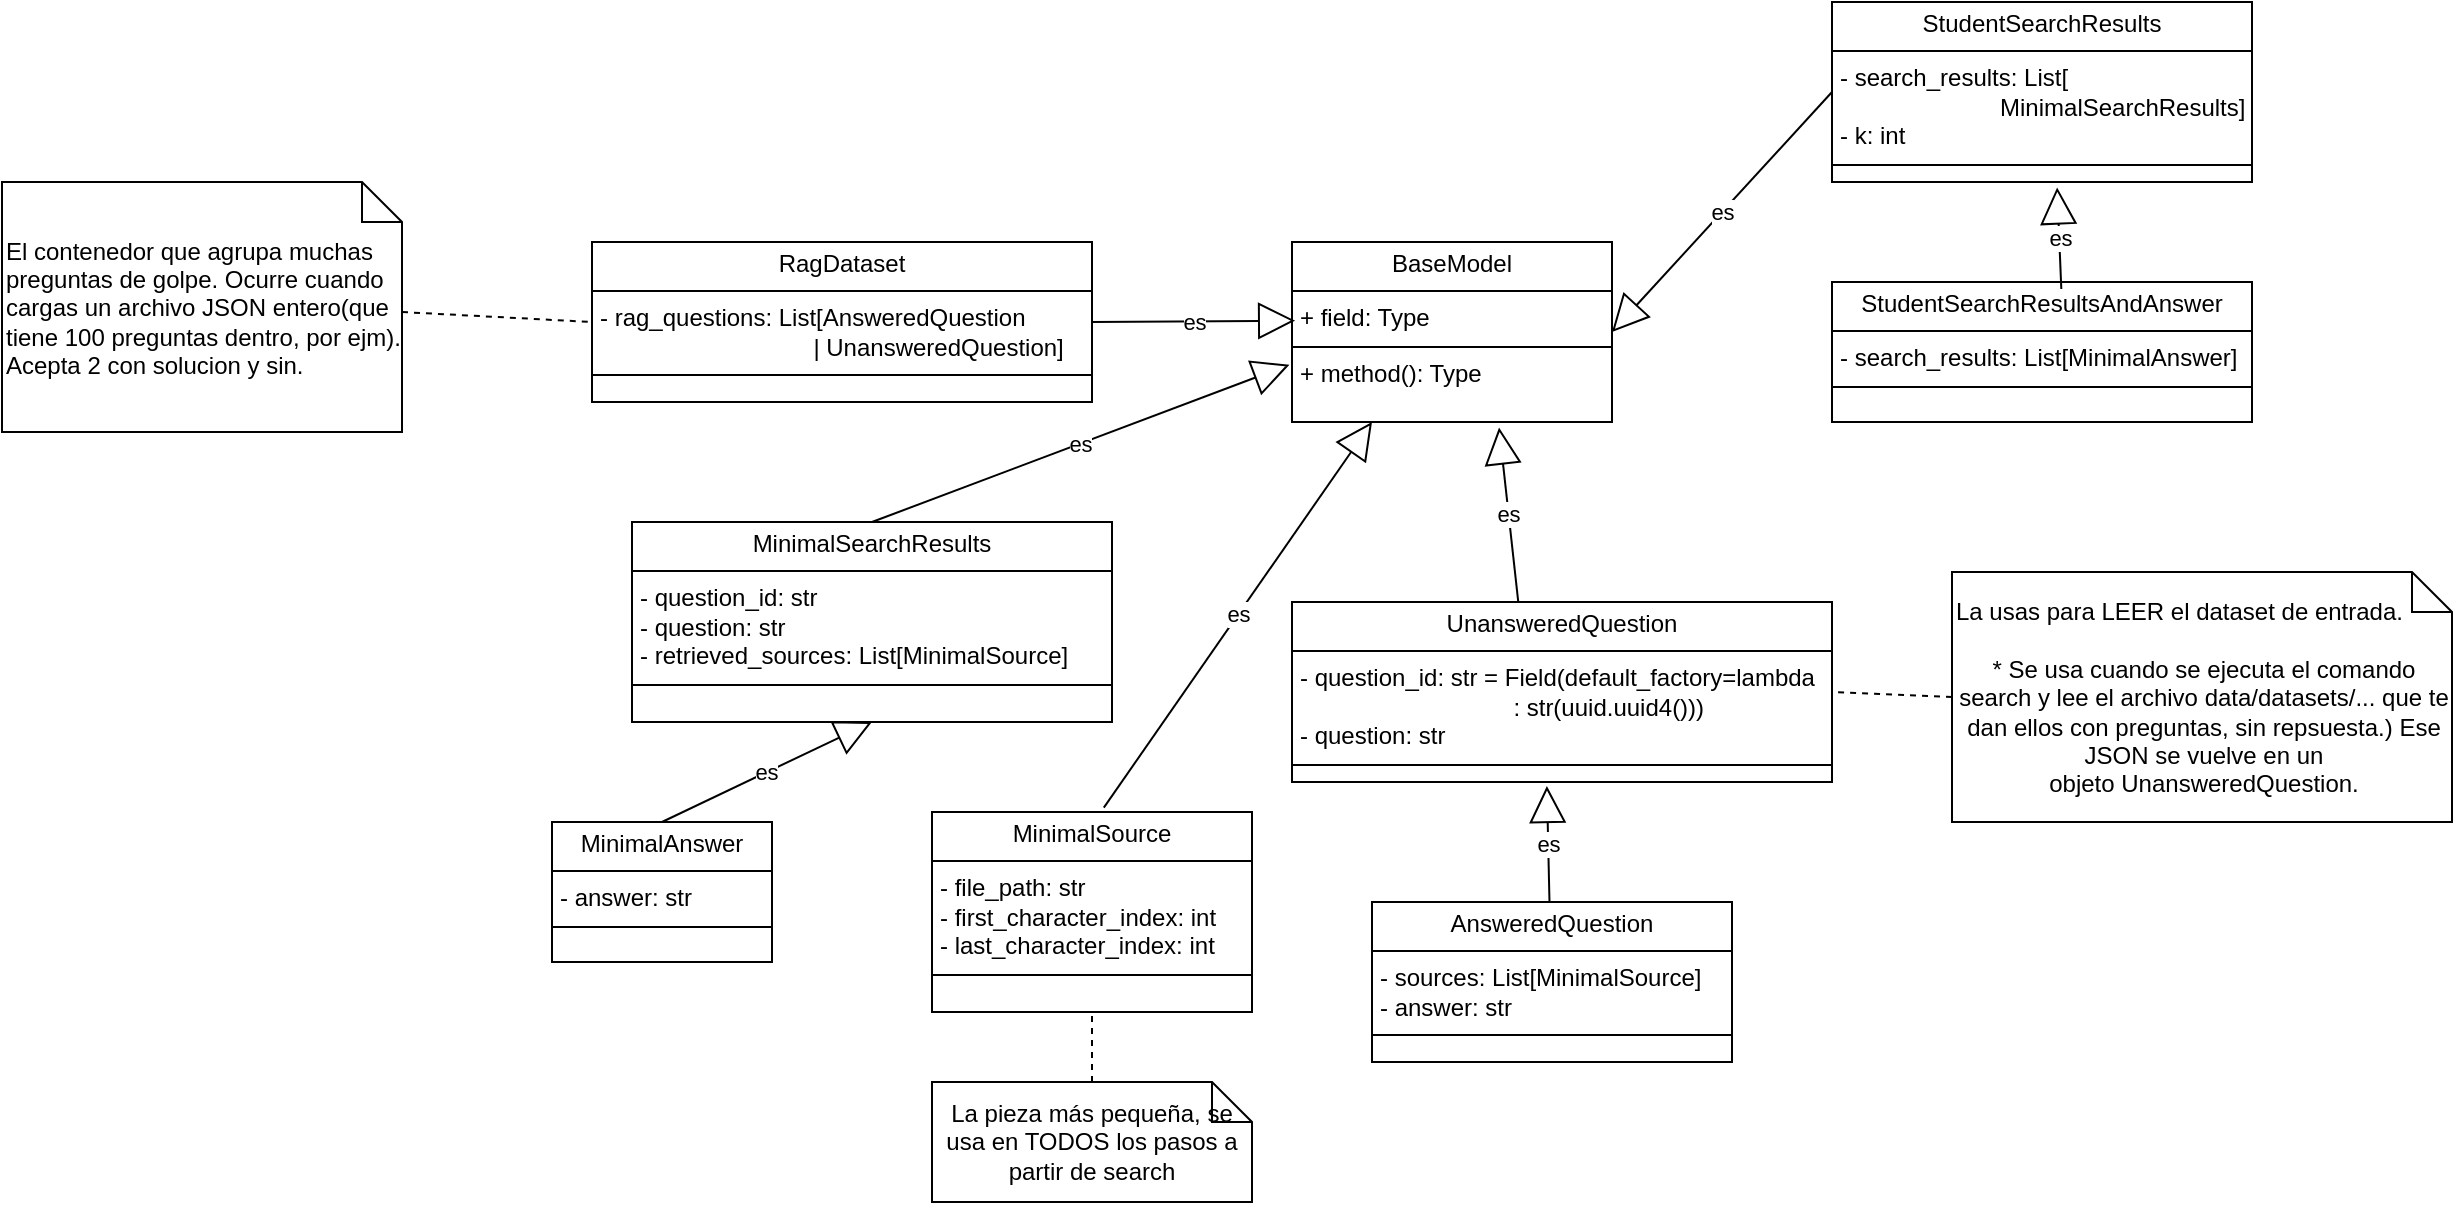
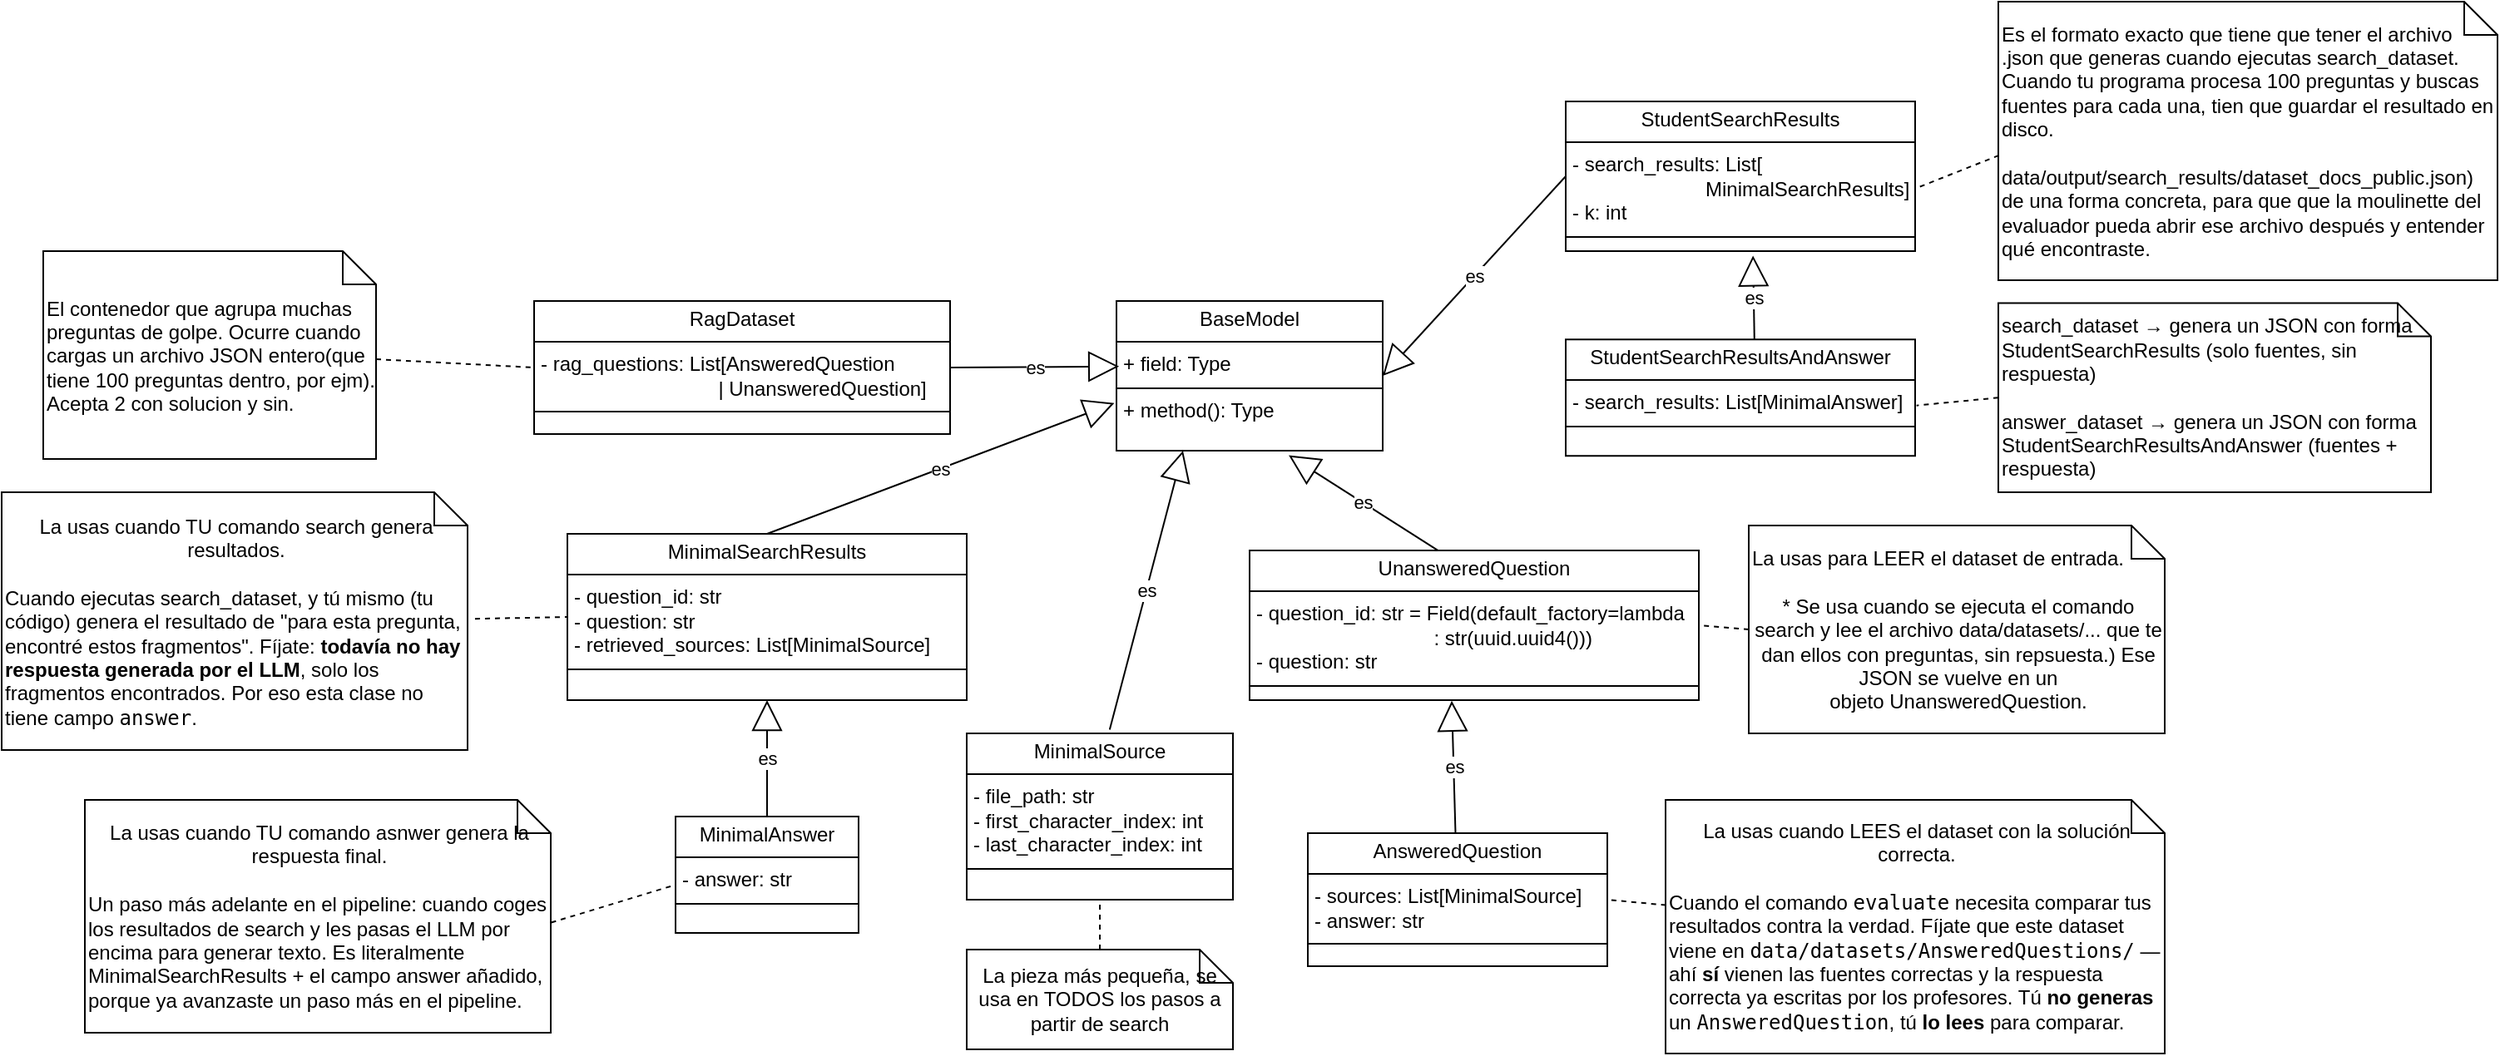
<mxfile host="app.diagrams.net">
  <diagram name="Page-1" id="sT5vLnoqk-OYdZ_3SuPz">
-     <mxGraphModel dx="1854" dy="1663" grid="1" gridSize="10" guides="1" tooltips="1" connect="1" arrows="1" fold="1" page="1" pageScale="1" pageWidth="850" pageHeight="1100" math="0" shadow="0">
+     <mxGraphModel dx="1803" dy="1619" grid="1" gridSize="10" guides="1" tooltips="1" connect="1" arrows="1" fold="1" page="1" pageScale="1" pageWidth="850" pageHeight="1100" math="0" shadow="0">
      <root>
        <mxCell id="0" />
        <mxCell id="1" parent="0" />
        <mxCell id="5tj1wNe4pqcDuRO2pu6d-1" parent="1" style="verticalAlign=top;align=left;overflow=fill;html=1;whiteSpace=wrap;" value="&lt;p style=&quot;margin:0px;margin-top:4px;text-align:center;&quot;&gt;MinimalSource&lt;/p&gt;&lt;hr size=&quot;1&quot; style=&quot;border-style:solid;&quot;&gt;&lt;p style=&quot;margin:0px;margin-left:4px;&quot;&gt;- file_path: str&lt;br&gt;- first_character_index: int&lt;br&gt;- last_character_index: int&lt;/p&gt;&lt;hr size=&quot;1&quot; style=&quot;border-style:solid;&quot;&gt;&lt;p style=&quot;margin:0px;margin-left:4px;&quot;&gt;&lt;br&gt;&lt;/p&gt;" vertex="1">
-           <mxGeometry height="100" width="160" x="40" y="75" as="geometry" />
+           <mxGeometry height="100" width="160" x="130" y="50" as="geometry" />
        </mxCell>
        <mxCell id="5tj1wNe4pqcDuRO2pu6d-7" parent="1" style="verticalAlign=top;align=left;overflow=fill;html=1;whiteSpace=wrap;" value="&lt;p style=&quot;margin:0px;margin-top:4px;text-align:center;&quot;&gt;UnansweredQuestion&lt;/p&gt;&lt;hr size=&quot;1&quot; style=&quot;border-style:solid;&quot;&gt;&lt;p style=&quot;margin:0px;margin-left:4px;&quot;&gt;- question_id: str = Field(default_factory=lambda&lt;/p&gt;&lt;p style=&quot;margin:0px;margin-left:4px;&quot;&gt;&lt;span style=&quot;white-space: pre;&quot;&gt;&#x9;&lt;/span&gt;&lt;span style=&quot;white-space: pre;&quot;&gt;&#x9;&lt;/span&gt;&lt;span style=&quot;white-space: pre;&quot;&gt;&#x9;&lt;/span&gt;&lt;span style=&quot;white-space: pre;&quot;&gt;&#x9;&lt;/span&gt;: str(uuid.uuid4()))&lt;/p&gt;&lt;p style=&quot;margin:0px;margin-left:4px;&quot;&gt;- question: str&lt;/p&gt;&lt;hr size=&quot;1&quot; style=&quot;border-style:solid;&quot;&gt;&lt;p style=&quot;margin:0px;margin-left:4px;&quot;&gt;&lt;br&gt;&lt;/p&gt;" vertex="1">
-           <mxGeometry height="90" width="270" x="220" y="-30" as="geometry" />
+           <mxGeometry height="90" width="270" x="300" y="-60" as="geometry" />
        </mxCell>
        <mxCell id="5tj1wNe4pqcDuRO2pu6d-8" parent="1" style="verticalAlign=top;align=left;overflow=fill;html=1;whiteSpace=wrap;" value="&lt;p style=&quot;margin:0px;margin-top:4px;text-align:center;&quot;&gt;BaseModel&lt;/p&gt;&lt;hr size=&quot;1&quot; style=&quot;border-style:solid;&quot;&gt;&lt;p style=&quot;margin:0px;margin-left:4px;&quot;&gt;+ field: Type&lt;/p&gt;&lt;hr size=&quot;1&quot; style=&quot;border-style:solid;&quot;&gt;&lt;p style=&quot;margin:0px;margin-left:4px;&quot;&gt;+ method(): Type&lt;/p&gt;" vertex="1">
          <mxGeometry height="90" width="160" x="220" y="-210" as="geometry" />
        </mxCell>
        <mxCell id="5tj1wNe4pqcDuRO2pu6d-10" parent="1" style="verticalAlign=top;align=left;overflow=fill;html=1;whiteSpace=wrap;" value="&lt;p style=&quot;margin:0px;margin-top:4px;text-align:center;&quot;&gt;AnsweredQuestion&lt;/p&gt;&lt;hr size=&quot;1&quot; style=&quot;border-style:solid;&quot;&gt;&lt;p style=&quot;margin:0px;margin-left:4px;&quot;&gt;- sources: List[MinimalSource]&lt;/p&gt;&lt;p style=&quot;margin:0px;margin-left:4px;&quot;&gt;- answer: str&lt;/p&gt;&lt;hr size=&quot;1&quot; style=&quot;border-style:solid;&quot;&gt;&lt;p style=&quot;margin:0px;margin-left:4px;&quot;&gt;&lt;br&gt;&lt;/p&gt;" vertex="1">
-           <mxGeometry height="80" width="180" x="260" y="120" as="geometry" />
+           <mxGeometry height="80" width="180" x="335" y="110" as="geometry" />
        </mxCell>
-         <mxCell id="5tj1wNe4pqcDuRO2pu6d-12" edge="1" parent="1" source="5tj1wNe4pqcDuRO2pu6d-10" style="endArrow=block;endSize=16;endFill=0;html=1;rounded=0;entryX=0.472;entryY=1.022;entryDx=0;entryDy=0;entryPerimeter=0;exitX=0.493;exitY=-0.005;exitDx=0;exitDy=0;exitPerimeter=0;" target="5tj1wNe4pqcDuRO2pu6d-7" value="es">
-           <mxGeometry relative="1" width="160" as="geometry">
+         <mxCell id="5tj1wNe4pqcDuRO2pu6d-12" edge="1" parent="1" source="5tj1wNe4pqcDuRO2pu6d-10" style="endArrow=block;endSize=16;endFill=0;html=1;rounded=0;entryX=0.45;entryY=1.004;entryDx=0;entryDy=0;entryPerimeter=0;exitX=0.493;exitY=-0.005;exitDx=0;exitDy=0;exitPerimeter=0;" target="5tj1wNe4pqcDuRO2pu6d-7" value="es">
+           <mxGeometry relative="1" width="160" x="0.0103" as="geometry">
+             <mxPoint as="offset" />
            <mxPoint x="320" y="250" as="sourcePoint" />
            <mxPoint x="480" y="250" as="targetPoint" />
          </mxGeometry>
        </mxCell>
        <mxCell id="5tj1wNe4pqcDuRO2pu6d-14" edge="1" parent="1" source="5tj1wNe4pqcDuRO2pu6d-1" style="endArrow=block;endSize=16;endFill=0;html=1;rounded=0;entryX=0.25;entryY=1;entryDx=0;entryDy=0;exitX=0.537;exitY=-0.022;exitDx=0;exitDy=0;exitPerimeter=0;" target="5tj1wNe4pqcDuRO2pu6d-8" value="es">
          <mxGeometry relative="1" width="160" as="geometry">
            <mxPoint x="230" y="81" as="sourcePoint" />
            <mxPoint x="230" y="20" as="targetPoint" />
          </mxGeometry>
        </mxCell>
        <mxCell id="5tj1wNe4pqcDuRO2pu6d-15" edge="1" parent="1" source="5tj1wNe4pqcDuRO2pu6d-7" style="endArrow=block;endSize=16;endFill=0;html=1;rounded=0;entryX=0.647;entryY=1.031;entryDx=0;entryDy=0;exitX=0.419;exitY=-0.001;exitDx=0;exitDy=0;exitPerimeter=0;entryPerimeter=0;" target="5tj1wNe4pqcDuRO2pu6d-8" value="es">
          <mxGeometry relative="1" width="160" as="geometry">
            <mxPoint x="290" y="158" as="sourcePoint" />
            <mxPoint x="464" y="30" as="targetPoint" />
          </mxGeometry>
        </mxCell>
        <mxCell id="5tj1wNe4pqcDuRO2pu6d-16" parent="1" style="verticalAlign=top;align=left;overflow=fill;html=1;whiteSpace=wrap;" value="&lt;p style=&quot;margin:0px;margin-top:4px;text-align:center;&quot;&gt;RagDataset&lt;/p&gt;&lt;hr size=&quot;1&quot; style=&quot;border-style:solid;&quot;&gt;&lt;p style=&quot;margin:0px;margin-left:4px;&quot;&gt;&lt;span style=&quot;background-color: transparent; color: light-dark(rgb(0, 0, 0), rgb(255, 255, 255));&quot;&gt;- rag_questions: List[AnsweredQuestion&lt;/span&gt;&lt;/p&gt;&lt;p style=&quot;margin:0px;margin-left:4px;&quot;&gt;&lt;span style=&quot;background-color: transparent; color: light-dark(rgb(0, 0, 0), rgb(255, 255, 255));&quot;&gt;&lt;span style=&quot;white-space: pre;&quot;&gt;&#x9;&lt;/span&gt;&lt;span style=&quot;white-space: pre;&quot;&gt;&#x9;&lt;/span&gt;&lt;span style=&quot;white-space: pre;&quot;&gt;&#x9;&lt;/span&gt;&lt;span style=&quot;white-space: pre;&quot;&gt;&#x9;&lt;/span&gt;| UnansweredQuestion]&lt;/span&gt;&lt;/p&gt;&lt;hr size=&quot;1&quot; style=&quot;border-style:solid;&quot;&gt;&lt;p style=&quot;margin:0px;margin-left:4px;&quot;&gt;&lt;br&gt;&lt;/p&gt;" vertex="1">
          <mxGeometry height="80" width="250" x="-130" y="-210" as="geometry" />
        </mxCell>
        <mxCell id="5tj1wNe4pqcDuRO2pu6d-17" parent="1" style="verticalAlign=top;align=left;overflow=fill;html=1;whiteSpace=wrap;" value="&lt;p style=&quot;margin:0px;margin-top:4px;text-align:center;&quot;&gt;MinimalSearchResults&lt;/p&gt;&lt;hr size=&quot;1&quot; style=&quot;border-style:solid;&quot;&gt;&lt;p style=&quot;margin:0px;margin-left:4px;&quot;&gt;- question_id: str&lt;br&gt;&lt;/p&gt;&lt;p style=&quot;margin:0px;margin-left:4px;&quot;&gt;- question: str&lt;/p&gt;&lt;p style=&quot;margin:0px;margin-left:4px;&quot;&gt;- retrieved_sources: List[MinimalSource]&lt;/p&gt;&lt;hr size=&quot;1&quot; style=&quot;border-style:solid;&quot;&gt;&lt;p style=&quot;margin:0px;margin-left:4px;&quot;&gt;&lt;br&gt;&lt;/p&gt;" vertex="1">
          <mxGeometry height="100" width="240" x="-110" y="-70" as="geometry" />
        </mxCell>
        <mxCell id="5tj1wNe4pqcDuRO2pu6d-18" parent="1" style="verticalAlign=top;align=left;overflow=fill;html=1;whiteSpace=wrap;" value="&lt;p style=&quot;margin:0px;margin-top:4px;text-align:center;&quot;&gt;MinimalAnswer&lt;/p&gt;&lt;hr size=&quot;1&quot; style=&quot;border-style:solid;&quot;&gt;&lt;p style=&quot;margin:0px;margin-left:4px;&quot;&gt;- answer: str&lt;br&gt;&lt;/p&gt;&lt;hr size=&quot;1&quot; style=&quot;border-style:solid;&quot;&gt;&lt;p style=&quot;margin:0px;margin-left:4px;&quot;&gt;&lt;br&gt;&lt;/p&gt;" vertex="1">
-           <mxGeometry height="70" width="110" x="-150" y="80" as="geometry" />
+           <mxGeometry height="70" width="110" x="-45" y="100" as="geometry" />
        </mxCell>
        <mxCell id="5tj1wNe4pqcDuRO2pu6d-19" edge="1" parent="1" source="5tj1wNe4pqcDuRO2pu6d-18" style="endArrow=block;endSize=16;endFill=0;html=1;rounded=0;entryX=0.5;entryY=1;entryDx=0;entryDy=0;exitX=0.5;exitY=0;exitDx=0;exitDy=0;" target="5tj1wNe4pqcDuRO2pu6d-17" value="es">
          <mxGeometry relative="1" width="160" as="geometry">
            <mxPoint x="-90" y="121" as="sourcePoint" />
            <mxPoint x="-90" y="60" as="targetPoint" />
          </mxGeometry>
        </mxCell>
        <mxCell id="5tj1wNe4pqcDuRO2pu6d-20" edge="1" parent="1" source="5tj1wNe4pqcDuRO2pu6d-17" style="endArrow=block;endSize=16;endFill=0;html=1;rounded=0;entryX=-0.008;entryY=0.682;entryDx=0;entryDy=0;exitX=0.5;exitY=0;exitDx=0;exitDy=0;entryPerimeter=0;" target="5tj1wNe4pqcDuRO2pu6d-8" value="es">
          <mxGeometry relative="1" width="160" as="geometry">
            <mxPoint x="10" y="-102" as="sourcePoint" />
            <mxPoint x="144" y="-180" as="targetPoint" />
          </mxGeometry>
        </mxCell>
        <mxCell id="5tj1wNe4pqcDuRO2pu6d-21" edge="1" parent="1" source="5tj1wNe4pqcDuRO2pu6d-16" style="endArrow=block;endSize=16;endFill=0;html=1;rounded=0;entryX=0.01;entryY=0.437;entryDx=0;entryDy=0;exitX=1;exitY=0.5;exitDx=0;exitDy=0;entryPerimeter=0;" target="5tj1wNe4pqcDuRO2pu6d-8" value="es">
          <mxGeometry relative="1" width="160" as="geometry">
            <mxPoint x="110" y="-81" as="sourcePoint" />
            <mxPoint x="439" y="-170" as="targetPoint" />
          </mxGeometry>
        </mxCell>
        <mxCell id="5tj1wNe4pqcDuRO2pu6d-22" parent="1" style="verticalAlign=top;align=left;overflow=fill;html=1;whiteSpace=wrap;" value="&lt;p style=&quot;margin:0px;margin-top:4px;text-align:center;&quot;&gt;StudentSearchResults&lt;/p&gt;&lt;hr size=&quot;1&quot; style=&quot;border-style:solid;&quot;&gt;&lt;p style=&quot;margin:0px;margin-left:4px;&quot;&gt;-&amp;nbsp;search_results: List[&lt;/p&gt;&lt;p style=&quot;margin:0px;margin-left:4px;&quot;&gt;&lt;span style=&quot;white-space: pre;&quot;&gt;&#x9;&lt;/span&gt;&lt;span style=&quot;white-space: pre;&quot;&gt;&#x9;&lt;/span&gt;&lt;span style=&quot;white-space: pre;&quot;&gt;&#x9;&lt;/span&gt;MinimalSearchResults]&lt;/p&gt;&lt;p style=&quot;margin:0px;margin-left:4px;&quot;&gt;- k: int&lt;br&gt;&lt;/p&gt;&lt;hr size=&quot;1&quot; style=&quot;border-style:solid;&quot;&gt;&lt;p style=&quot;margin:0px;margin-left:4px;&quot;&gt;&lt;br&gt;&lt;/p&gt;" vertex="1">
          <mxGeometry height="90" width="210" x="490" y="-330" as="geometry" />
        </mxCell>
        <mxCell id="5tj1wNe4pqcDuRO2pu6d-23" parent="1" style="verticalAlign=top;align=left;overflow=fill;html=1;whiteSpace=wrap;" value="&lt;p style=&quot;margin:0px;margin-top:4px;text-align:center;&quot;&gt;StudentSearchResultsAndAnswer&lt;/p&gt;&lt;hr size=&quot;1&quot; style=&quot;border-style:solid;&quot;&gt;&lt;p style=&quot;margin:0px;margin-left:4px;&quot;&gt;-&amp;nbsp;&lt;span style=&quot;background-color: transparent; color: light-dark(rgb(0, 0, 0), rgb(255, 255, 255));&quot;&gt;search_results: List[MinimalAnswer]&lt;/span&gt;&lt;/p&gt;&lt;hr size=&quot;1&quot; style=&quot;border-style:solid;&quot;&gt;&lt;p style=&quot;margin:0px;margin-left:4px;&quot;&gt;&lt;br&gt;&lt;/p&gt;" vertex="1">
-           <mxGeometry height="70" width="210" x="490" y="-190" as="geometry" />
+           <mxGeometry height="70" width="210" x="490" y="-186.87" as="geometry" />
        </mxCell>
-         <mxCell id="5tj1wNe4pqcDuRO2pu6d-24" edge="1" parent="1" source="5tj1wNe4pqcDuRO2pu6d-23" style="endArrow=block;endSize=16;endFill=0;html=1;rounded=0;entryX=0.536;entryY=1.03;entryDx=0;entryDy=0;entryPerimeter=0;exitX=0.546;exitY=0.05;exitDx=0;exitDy=0;exitPerimeter=0;" target="5tj1wNe4pqcDuRO2pu6d-22" value="es">
+         <mxCell id="5tj1wNe4pqcDuRO2pu6d-24" edge="1" parent="1" source="5tj1wNe4pqcDuRO2pu6d-23" style="endArrow=block;endSize=16;endFill=0;html=1;rounded=0;entryX=0.536;entryY=1.03;entryDx=0;entryDy=0;entryPerimeter=0;exitX=0.54;exitY=0.003;exitDx=0;exitDy=0;exitPerimeter=0;" target="5tj1wNe4pqcDuRO2pu6d-22" value="es">
          <mxGeometry relative="1" width="160" as="geometry">
            <mxPoint x="683" y="116" as="sourcePoint" />
            <mxPoint x="680" y="60" as="targetPoint" />
          </mxGeometry>
        </mxCell>
        <mxCell id="5tj1wNe4pqcDuRO2pu6d-25" edge="1" parent="1" source="5tj1wNe4pqcDuRO2pu6d-22" style="endArrow=block;endSize=16;endFill=0;html=1;rounded=0;entryX=1;entryY=0.5;entryDx=0;entryDy=0;exitX=0;exitY=0.5;exitDx=0;exitDy=0;" target="5tj1wNe4pqcDuRO2pu6d-8" value="es">
          <mxGeometry relative="1" width="160" as="geometry">
            <mxPoint x="449" y="-23" as="sourcePoint" />
            <mxPoint x="440" y="-110" as="targetPoint" />
          </mxGeometry>
        </mxCell>
        <mxCell id="5tj1wNe4pqcDuRO2pu6d-26" parent="1" style="shape=note;size=20;whiteSpace=wrap;html=1;" value="La pieza más pequeña, se usa en TODOS los pasos a partir de search" vertex="1">
-           <mxGeometry height="60" width="160" x="40" y="210" as="geometry" />
+           <mxGeometry height="60" width="160" x="130" y="180" as="geometry" />
        </mxCell>
        <mxCell id="5tj1wNe4pqcDuRO2pu6d-27" edge="1" parent="1" source="5tj1wNe4pqcDuRO2pu6d-26" style="endArrow=none;dashed=1;html=1;rounded=0;entryX=0.5;entryY=1;entryDx=0;entryDy=0;exitX=0.5;exitY=0;exitDx=0;exitDy=0;exitPerimeter=0;" target="5tj1wNe4pqcDuRO2pu6d-1" value="">
          <mxGeometry height="50" relative="1" width="50" as="geometry">
            <mxPoint x="-50" y="300" as="sourcePoint" />
            <mxPoint y="250" as="targetPoint" />
          </mxGeometry>
        </mxCell>
        <mxCell id="5tj1wNe4pqcDuRO2pu6d-28" parent="1" style="shape=note;size=20;whiteSpace=wrap;html=1;align=left;" value="&lt;div style=&quot;&quot;&gt;&lt;span style=&quot;background-color: transparent; color: light-dark(rgb(0, 0, 0), rgb(255, 255, 255));&quot;&gt;La usas para LEER el dataset de entrada.&lt;/span&gt;&lt;/div&gt;&lt;div style=&quot;&quot;&gt;&lt;br&gt;&lt;/div&gt;&lt;div style=&quot;text-align: center;&quot;&gt;* Se usa cuando se ejecuta el comando search y lee el archivo data/datasets/... que te dan ellos con preguntas, sin repsuesta.) Ese JSON se vuelve en un objeto&amp;nbsp;UnansweredQuestion.&lt;/div&gt;" vertex="1">
-           <mxGeometry height="125" width="250" x="550" y="-45" as="geometry" />
+           <mxGeometry height="125" width="250" x="600" y="-75" as="geometry" />
        </mxCell>
        <mxCell id="5tj1wNe4pqcDuRO2pu6d-29" edge="1" parent="1" source="5tj1wNe4pqcDuRO2pu6d-28" style="endArrow=none;dashed=1;html=1;rounded=0;entryX=1;entryY=0.5;entryDx=0;entryDy=0;exitX=0;exitY=0.5;exitDx=0;exitDy=0;exitPerimeter=0;" target="5tj1wNe4pqcDuRO2pu6d-7" value="">
          <mxGeometry height="50" relative="1" width="50" as="geometry">
            <mxPoint x="590" y="165" as="sourcePoint" />
            <mxPoint x="590" y="130" as="targetPoint" />
          </mxGeometry>
        </mxCell>
        <mxCell id="5tj1wNe4pqcDuRO2pu6d-30" parent="1" style="shape=note;size=20;whiteSpace=wrap;html=1;align=left;" value="&lt;div style=&quot;&quot;&gt;El contenedor que agrupa muchas preguntas de golpe. Ocurre cuando cargas un archivo JSON entero(que tiene 100 preguntas dentro, por ejm). Acepta 2 con solucion y sin.&lt;/div&gt;" vertex="1">
          <mxGeometry height="125" width="200" x="-425" y="-240" as="geometry" />
        </mxCell>
        <mxCell id="5tj1wNe4pqcDuRO2pu6d-31" edge="1" parent="1" source="5tj1wNe4pqcDuRO2pu6d-30" style="endArrow=none;dashed=1;html=1;rounded=0;exitX=1;exitY=0.52;exitDx=0;exitDy=0;exitPerimeter=0;entryX=0;entryY=0.5;entryDx=0;entryDy=0;" target="5tj1wNe4pqcDuRO2pu6d-16" value="">
          <mxGeometry height="50" relative="1" width="50" as="geometry">
            <mxPoint x="-190" y="-240" as="sourcePoint" />
            <mxPoint x="-140" y="-290" as="targetPoint" />
          </mxGeometry>
        </mxCell>
+         <mxCell id="GA3374Zt2JqQo3P6U52u-1" parent="1" style="shape=note;size=20;whiteSpace=wrap;html=1;align=left;" value="&lt;div style=&quot;text-align: center;&quot;&gt;&lt;span style=&quot;background-color: transparent; color: light-dark(rgb(0, 0, 0), rgb(255, 255, 255));&quot;&gt;La usas cuando LEES el dataset con la solución correcta.&lt;/span&gt;&lt;/div&gt;&lt;div style=&quot;text-align: center;&quot;&gt;&lt;span style=&quot;background-color: transparent; color: light-dark(rgb(0, 0, 0), rgb(255, 255, 255));&quot;&gt;&lt;br&gt;&lt;/span&gt;&lt;/div&gt;&lt;div style=&quot;&quot;&gt;Cuando el comando &lt;code class=&quot;bg-text-200/5 border border-0.5 border-border-300 text-danger-000 whitespace-pre-wrap rounded-[0.4rem] px-1 py-px text-[0.9rem]&quot;&gt;evaluate&lt;/code&gt; necesita comparar tus resultados contra la verdad. Fíjate que este dataset viene en &lt;code class=&quot;bg-text-200/5 border border-0.5 border-border-300 text-danger-000 whitespace-pre-wrap rounded-[0.4rem] px-1 py-px text-[0.9rem]&quot;&gt;data/datasets/AnsweredQuestions/&lt;/code&gt; — ahí &lt;strong&gt;sí&lt;/strong&gt; vienen las fuentes correctas y la respuesta correcta ya escritas por los profesores. Tú &lt;strong&gt;no generas&lt;/strong&gt; un &lt;code class=&quot;bg-text-200/5 border border-0.5 border-border-300 text-danger-000 whitespace-pre-wrap rounded-[0.4rem] px-1 py-px text-[0.9rem]&quot;&gt;AnsweredQuestion&lt;/code&gt;, tú &lt;strong&gt;lo lees&lt;/strong&gt; para comparar.&lt;/div&gt;" vertex="1">
+           <mxGeometry height="152.5" width="300" x="550" y="90" as="geometry" />
+         </mxCell>
+         <mxCell id="GA3374Zt2JqQo3P6U52u-2" edge="1" parent="1" source="GA3374Zt2JqQo3P6U52u-1" style="endArrow=none;dashed=1;html=1;rounded=0;entryX=1;entryY=0.5;entryDx=0;entryDy=0;exitX=0.001;exitY=0.415;exitDx=0;exitDy=0;exitPerimeter=0;" target="5tj1wNe4pqcDuRO2pu6d-10" value="">
+           <mxGeometry height="50" relative="1" width="50" as="geometry">
+             <mxPoint x="440" y="300" as="sourcePoint" />
+             <mxPoint x="440" y="270" as="targetPoint" />
+           </mxGeometry>
+         </mxCell>
+         <mxCell id="GA3374Zt2JqQo3P6U52u-3" parent="1" style="shape=note;size=20;whiteSpace=wrap;html=1;align=left;" value="&lt;div style=&quot;text-align: center;&quot;&gt;La usas cuando TU comando search genera resultados.&lt;/div&gt;&lt;div style=&quot;text-align: center;&quot;&gt;&lt;br&gt;&lt;/div&gt;&lt;div style=&quot;&quot;&gt;Cuando ejecutas search_dataset, y tú mismo (tu código) genera el resultado de &quot;para esta pregunta, encontré estos fragmentos&quot;.&amp;nbsp;&lt;span style=&quot;background-color: transparent; color: light-dark(rgb(0, 0, 0), rgb(255, 255, 255));&quot;&gt;Fíjate: &lt;/span&gt;&lt;strong style=&quot;background-color: transparent; color: light-dark(rgb(0, 0, 0), rgb(255, 255, 255));&quot;&gt;todavía no hay respuesta generada por el LLM&lt;/strong&gt;&lt;span style=&quot;background-color: transparent; color: light-dark(rgb(0, 0, 0), rgb(255, 255, 255));&quot;&gt;, solo los fragmentos encontrados. Por eso esta clase no tiene campo &lt;/span&gt;&lt;code class=&quot;bg-text-200/5 border border-0.5 border-border-300 text-danger-000 whitespace-pre-wrap rounded-[0.4rem] px-1 py-px text-[0.9rem]&quot; style=&quot;background-color: transparent; color: light-dark(rgb(0, 0, 0), rgb(255, 255, 255));&quot;&gt;answer&lt;/code&gt;&lt;span style=&quot;background-color: transparent; color: light-dark(rgb(0, 0, 0), rgb(255, 255, 255));&quot;&gt;.&lt;/span&gt;&lt;/div&gt;" vertex="1">
+           <mxGeometry height="155" width="280" x="-450" y="-95" as="geometry" />
+         </mxCell>
+         <mxCell id="GA3374Zt2JqQo3P6U52u-4" edge="1" parent="1" source="GA3374Zt2JqQo3P6U52u-3" style="endArrow=none;dashed=1;html=1;rounded=0;exitX=1.016;exitY=0.491;exitDx=0;exitDy=0;exitPerimeter=0;entryX=0;entryY=0.5;entryDx=0;entryDy=0;" target="5tj1wNe4pqcDuRO2pu6d-17" value="">
+           <mxGeometry height="50" relative="1" width="50" as="geometry">
+             <mxPoint x="-160" y="-10" as="sourcePoint" />
+             <mxPoint x="-65" y="-5" as="targetPoint" />
+           </mxGeometry>
+         </mxCell>
+         <mxCell id="GA3374Zt2JqQo3P6U52u-5" parent="1" style="shape=note;size=20;whiteSpace=wrap;html=1;align=left;" value="&lt;div style=&quot;text-align: center;&quot;&gt;La usas cuando TU comando asnwer genera la respuesta final.&lt;/div&gt;&lt;div style=&quot;text-align: center;&quot;&gt;&lt;br&gt;&lt;/div&gt;&lt;div style=&quot;&quot;&gt;Un paso más adelante en el pipeline: cuando coges los resultados de search y les pasas el LLM por encima para generar texto. Es literalmente MinimalSearchResults + el campo answer añadido, porque ya avanzaste un paso más en el pipeline.&lt;/div&gt;" vertex="1">
+           <mxGeometry height="140" width="280" x="-400" y="90" as="geometry" />
+         </mxCell>
+         <mxCell id="GA3374Zt2JqQo3P6U52u-6" edge="1" parent="1" source="GA3374Zt2JqQo3P6U52u-5" style="endArrow=none;dashed=1;html=1;rounded=0;exitX=1.001;exitY=0.527;exitDx=0;exitDy=0;exitPerimeter=0;entryX=-0.003;entryY=0.588;entryDx=0;entryDy=0;entryPerimeter=0;" target="5tj1wNe4pqcDuRO2pu6d-18" value="">
+           <mxGeometry height="50" relative="1" width="50" as="geometry">
+             <mxPoint x="-90" y="91" as="sourcePoint" />
+             <mxPoint x="-34" y="90" as="targetPoint" />
+           </mxGeometry>
+         </mxCell>
+         <mxCell id="46K2HJpQJ2zuIMg-lqmy-1" parent="1" style="shape=note;size=20;whiteSpace=wrap;html=1;align=left;" value="&lt;div style=&quot;&quot;&gt;Es el formato exacto que tiene que tener el archivo .json que generas cuando ejecutas search_dataset. Cuando tu programa procesa 100 preguntas y buscas fuentes para cada una, tien que guardar el resultado en disco.&lt;/div&gt;&lt;div style=&quot;&quot;&gt;&lt;br&gt;&lt;/div&gt;&lt;div style=&quot;&quot;&gt;data/output/search_results/dataset_docs_public.json) de una forma concreta, para que&amp;nbsp;que la moulinette del evaluador pueda abrir ese archivo después y entender qué encontraste.&lt;/div&gt;" vertex="1">
+           <mxGeometry height="167.5" width="300" x="750" y="-390" as="geometry" />
+         </mxCell>
+         <mxCell id="46K2HJpQJ2zuIMg-lqmy-2" parent="1" style="shape=note;size=20;whiteSpace=wrap;html=1;align=left;" value="&lt;div style=&quot;&quot;&gt;search_dataset → genera un JSON con forma StudentSearchResults (solo fuentes, sin respuesta)&lt;/div&gt;&lt;div style=&quot;&quot;&gt;&lt;span style=&quot;background-color: transparent; color: light-dark(rgb(0, 0, 0), rgb(255, 255, 255));&quot;&gt;&lt;br&gt;&lt;/span&gt;&lt;/div&gt;&lt;div style=&quot;&quot;&gt;&lt;span style=&quot;background-color: transparent; color: light-dark(rgb(0, 0, 0), rgb(255, 255, 255));&quot;&gt;answer_dataset → genera un JSON con forma StudentSearchResultsAndAnswer (fuentes + respuesta)&lt;/span&gt;&lt;/div&gt;" vertex="1">
+           <mxGeometry height="113.75" width="260" x="750" y="-208.75" as="geometry" />
+         </mxCell>
+         <mxCell id="46K2HJpQJ2zuIMg-lqmy-3" edge="1" parent="1" source="46K2HJpQJ2zuIMg-lqmy-2" style="endArrow=none;dashed=1;html=1;rounded=0;entryX=1.004;entryY=0.567;entryDx=0;entryDy=0;exitX=0;exitY=0.5;exitDx=0;exitDy=0;exitPerimeter=0;entryPerimeter=0;" target="5tj1wNe4pqcDuRO2pu6d-23" value="">
+           <mxGeometry height="50" relative="1" width="50" as="geometry">
+             <mxPoint x="710" y="-110" as="sourcePoint" />
+             <mxPoint x="670" y="-110" as="targetPoint" />
+           </mxGeometry>
+         </mxCell>
+         <mxCell id="46K2HJpQJ2zuIMg-lqmy-4" edge="1" parent="1" source="46K2HJpQJ2zuIMg-lqmy-1" style="endArrow=none;dashed=1;html=1;rounded=0;entryX=1.009;entryY=0.574;entryDx=0;entryDy=0;exitX=0.001;exitY=0.552;exitDx=0;exitDy=0;exitPerimeter=0;entryPerimeter=0;" target="5tj1wNe4pqcDuRO2pu6d-22" value="">
+           <mxGeometry height="50" relative="1" width="50" as="geometry">
+             <mxPoint x="799" y="-170" as="sourcePoint" />
+             <mxPoint x="740" y="-168" as="targetPoint" />
+           </mxGeometry>
+         </mxCell>
      </root>
    </mxGraphModel>
  </diagram>
</mxfile>
